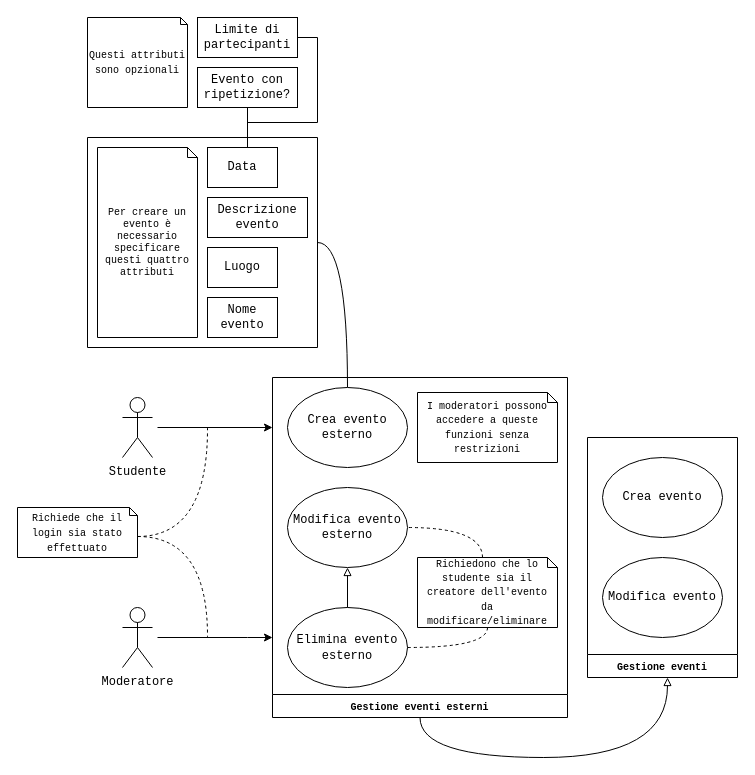
Above: uml/RF3.gestione_eventi.studente-moderatore.drawio in tomasel/IS_Univents (draw.io), before the change. Source tidied: cells renumbered, new cells numbered last; positions are measured from the earlier drawing's top-left corner, leaving out a move shared by most shapes. Both pictures are drawn from the tidied source at 100%, with x=0, y=0 at pixel (17, 17).
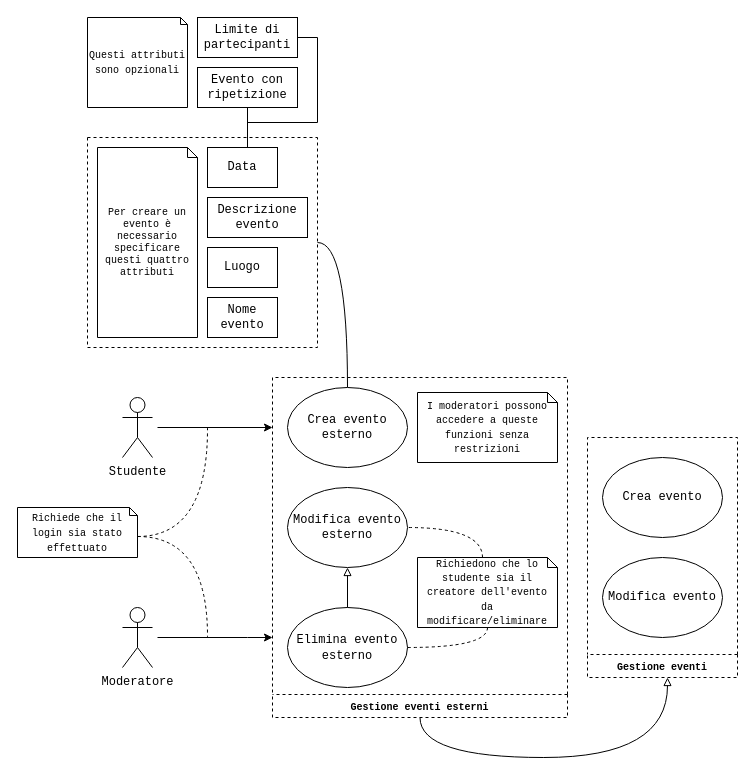
The same page after the edit.

Commit message (it also covers changes not shown here):
aggiunto uml RF 6 7 8 9

Diff of the diagram source:
```diff
@@
-    <mxCell id="8" value="Evento con ripetizione?" style="rectangle;whiteSpace=wrap;html=1;fontFamily=Courier New;fontSize=12;" parent="1" vertex="1">
+    <mxCell id="8" value="Evento con ripetizione" style="rectangle;whiteSpace=wrap;html=1;fontFamily=Courier New;fontSize=12;" parent="1" vertex="1">
       <mxGeometry x="180" y="50" width="100" height="40" as="geometry" />
     </mxCell>
@@
-    <mxCell id="11" style="swimlane;startSize=0;fontFamily=Courier New;fontSize=10;" parent="1" vertex="1">
+    <mxCell id="11" style="swimlane;startSize=0;fontFamily=Courier New;fontSize=10;dashed=1;" parent="1" vertex="1">
       <mxGeometry x="70" y="120" width="230" height="210" as="geometry" />
     </mxCell>
@@
-    <mxCell id="18" value="Gestione eventi esterni" style="swimlane;fontFamily=Courier New;fontSize=10;direction=west;" parent="1" vertex="1">
+    <mxCell id="18" value="Gestione eventi esterni" style="swimlane;fontFamily=Courier New;fontSize=10;direction=west;dashed=1;" parent="1" vertex="1">
       <mxGeometry x="255" y="360" width="295" height="340" as="geometry" />
     </mxCell>
@@
-    <mxCell id="27" value="Gestione eventi" style="swimlane;fontFamily=Courier New;fontSize=10;direction=west;" parent="1" vertex="1">
+    <mxCell id="27" value="Gestione eventi" style="swimlane;fontFamily=Courier New;fontSize=10;direction=west;dashed=1;" parent="1" vertex="1">
       <mxGeometry x="570" y="420" width="150" height="240" as="geometry" />
     </mxCell>
```
